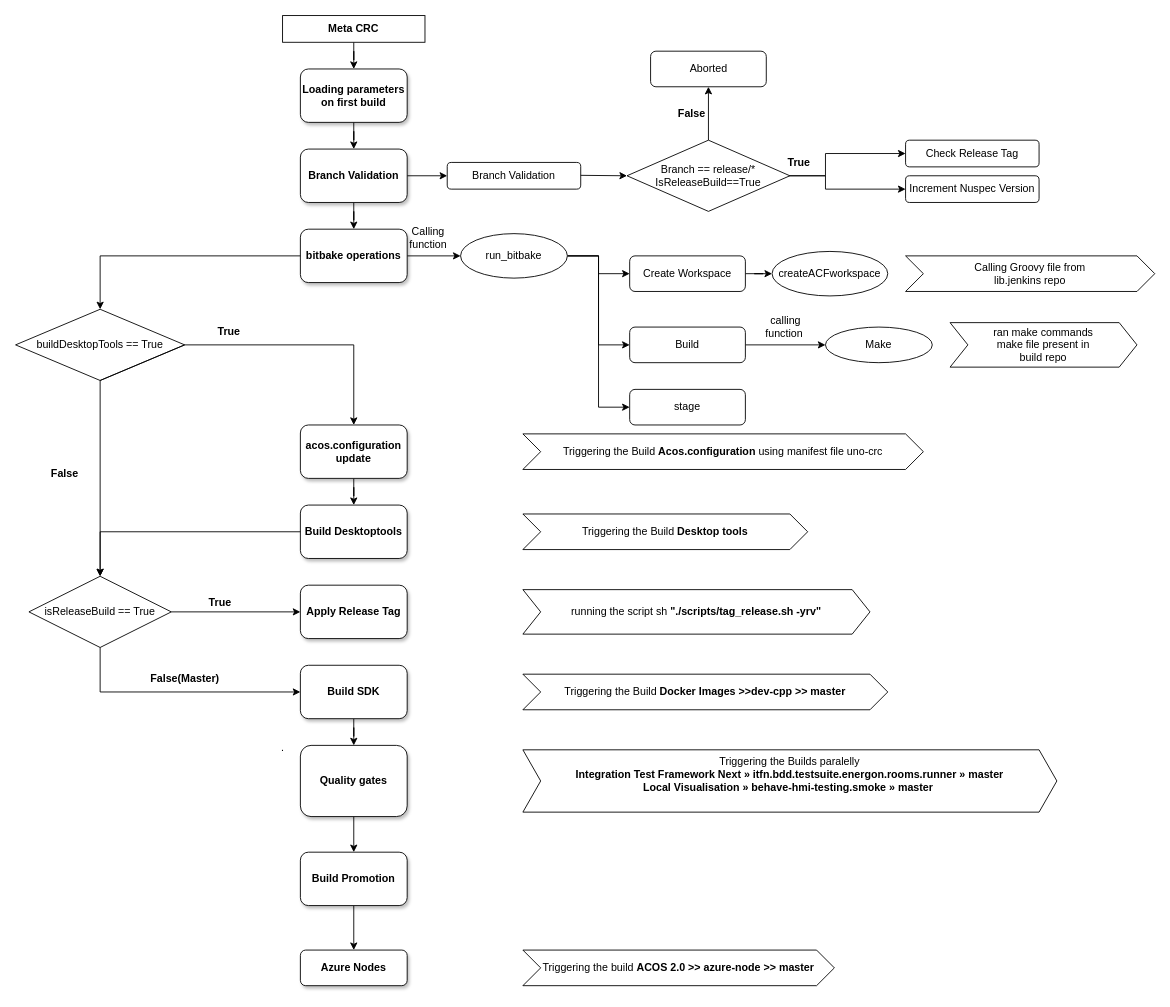
Earlier version of the draw.io diagram Notes/Untitled Diagram.drawio (sreelakshmilingamgunta/AZ-104). Source tidied: cells renumbered, new cells numbered last; positions are measured from the earlier drawing's top-left corner, leaving out a move shared by most shapes. Both pictures are drawn from the tidied source at 89%, with x=0, y=0 at pixel (15, 15).
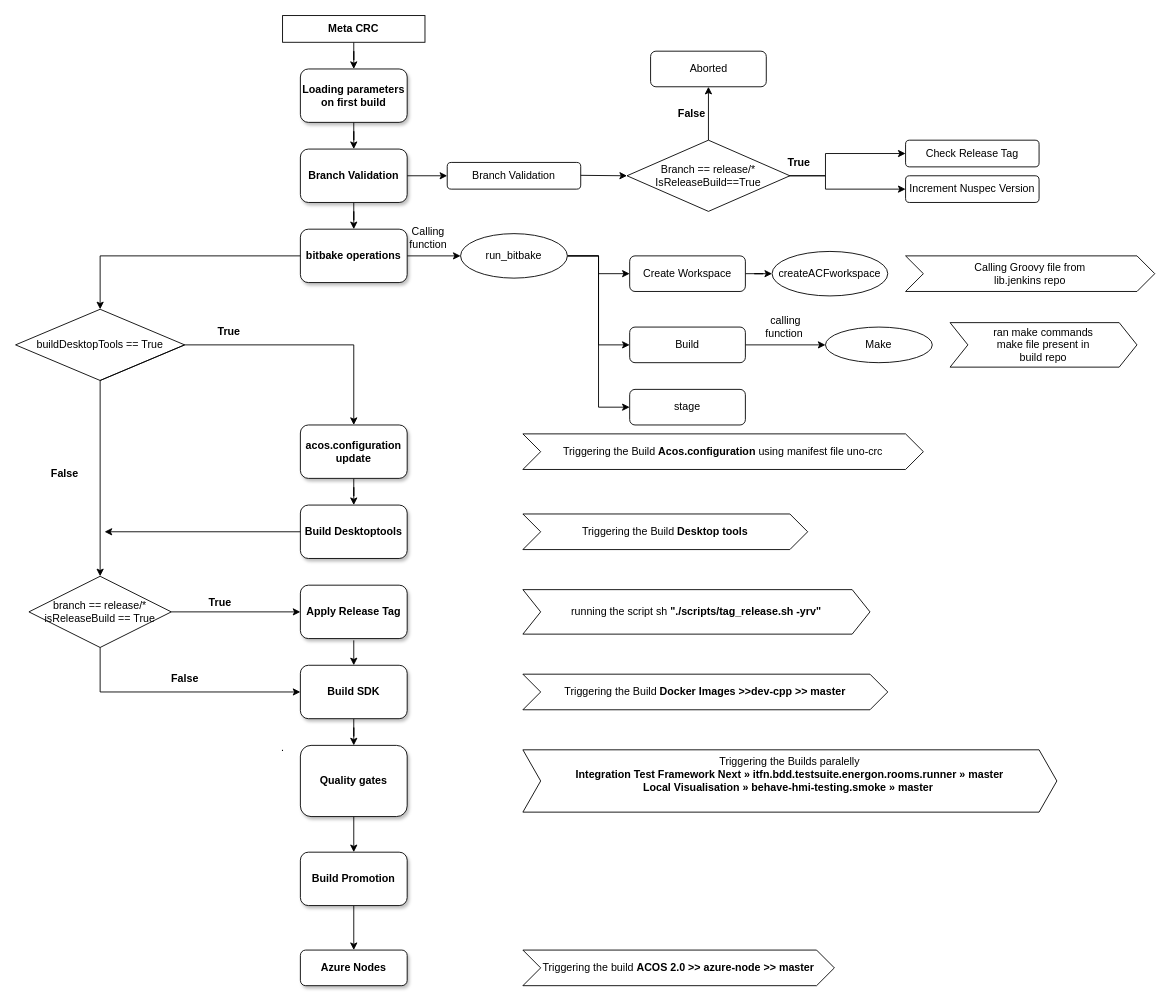
Above is the later version.

The change refers to these unchanged cells:
```xml
<mxCell id="27" value="&lt;b&gt;Build Desktoptools&lt;/b&gt;" style="rounded=1;whiteSpace=wrap;html=1;shadow=1;" parent="1" vertex="1">
  <mxGeometry x="320" y="550" width="120" height="60" as="geometry" />
</mxCell>
<mxCell id="31" value="&lt;b&gt;Build SDK&lt;/b&gt;" style="rounded=1;whiteSpace=wrap;html=1;shadow=1;" parent="1" vertex="1">
  <mxGeometry x="320" y="730" width="120" height="60" as="geometry" />
</mxCell>
```

What changed in the source:
```diff
@@
-    <mxCell id="60" value="isReleaseBuild == True" style="rhombus;whiteSpace=wrap;html=1;" parent="1" vertex="1">
+    <mxCell id="60" value="branch == release/*&lt;br&gt;isReleaseBuild == True" style="rhombus;whiteSpace=wrap;html=1;" parent="1" vertex="1">
       <mxGeometry x="15" y="630" width="160" height="80" as="geometry" />
     </mxCell>
@@
-    <mxCell id="65" value="False(Master)" style="text;html=1;align=center;verticalAlign=middle;strokeColor=none;fillColor=none;fontStyle=1;" parent="1" vertex="1">
-      <mxGeometry x="140" y="730" width="100" height="30" as="geometry" />
+    <mxCell id="65" value="False" style="text;html=1;align=center;verticalAlign=middle;strokeColor=none;fillColor=none;fontStyle=1;" parent="1" vertex="1">
+      <mxGeometry x="165" y="730" width="50" height="30" as="geometry" />
     </mxCell>
-    <mxCell id="66" style="endArrow=classic;html=1;rounded=0;exitX=0;exitY=0.5;exitDx=0;exitDy=0;entryX=0.5;entryY=0;entryDx=0;entryDy=0;" parent="1" edge="1" source="27" target="60">
-      <mxGeometry relative="1" as="geometry">
-        <Array as="points">
-          <mxPoint x="95" y="580" />
-        </Array>
-      </mxGeometry>
-    </mxCell>
+    <mxCell id="67" style="endArrow=classic;html=1;rounded=0;entryX=0.5;entryY=0;entryDx=0;entryDy=0;" parent="1" edge="1" target="31">
+      <mxGeometry relative="1" as="geometry">
+        <mxPoint x="380" y="702" as="sourcePoint" />
+      </mxGeometry>
+    </mxCell>
+    <mxCell id="68" style="endArrow=classic;html=1;rounded=0;exitX=0;exitY=0.5;exitDx=0;exitDy=0;" parent="1" edge="1" source="27">
+      <mxGeometry relative="1" as="geometry">
+        <mxPoint x="100" y="580" as="targetPoint" />
+      </mxGeometry>
+    </mxCell>
```
